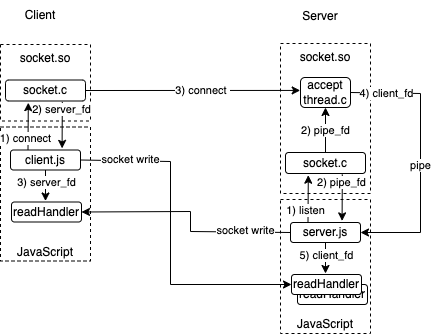
The draw.io diagram architecture.drawio.png in boblund/qjs-socket, before a commit. Source tidied: cells renumbered, new cells last; positions are measured from the earlier drawing's top-left corner, leaving out a move shared by most shapes.
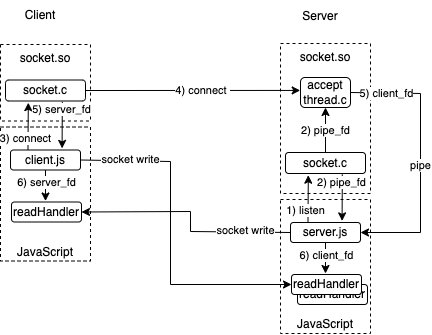
After the change.

What changed in the source:
```diff
@@ -28,7 +28,7 @@
         </Array>
       </mxGeometry>
     </mxCell>
-    <mxCell id="9" value="4) client_fd" style="edgeLabel;html=1;align=center;verticalAlign=middle;" parent="8" vertex="1">
+    <mxCell id="9" value="5) client_fd" style="edgeLabel;html=1;align=center;verticalAlign=middle;" parent="8" vertex="1">
       <mxGeometry x="-0.07" y="-3" relative="1" as="geometry">
         <mxPoint x="-31" y="-55" as="offset" />
       </mxGeometry>
@@ -39,7 +39,7 @@
     <mxCell id="11" style="endArrow=classic;startArrow=none;html=1;rounded=0;exitX=1;exitY=0.5;exitDx=0;exitDy=0;entryX=-0.006;entryY=0.431;entryDx=0;entryDy=0;startFill=0;entryPerimeter=0;" parent="1" edge="1" source="24" target="5">
       <mxGeometry relative="1" as="geometry" />
     </mxCell>
-    <mxCell id="12" value="3) connect&amp;nbsp;" style="edgeLabel;html=1;align=center;verticalAlign=middle;" parent="11" vertex="1">
+    <mxCell id="12" value="4) connect&amp;nbsp;" style="edgeLabel;html=1;align=center;verticalAlign=middle;" parent="11" vertex="1">
       <mxGeometry x="-0.06" y="1" relative="1" as="geometry">
         <mxPoint x="16" y="1" as="offset" />
       </mxGeometry>
@@ -68,7 +68,7 @@
         <mxPoint x="325" y="274" as="targetPoint" />
       </mxGeometry>
     </mxCell>
-    <mxCell id="19" value="5) client_fd" style="edgeLabel;html=1;align=center;verticalAlign=middle;" parent="18" vertex="1">
+    <mxCell id="19" value="6) client_fd" style="edgeLabel;html=1;align=center;verticalAlign=middle;" parent="18" vertex="1">
       <mxGeometry x="0.32" y="1" relative="1" as="geometry">
         <mxPoint y="-8" as="offset" />
       </mxGeometry>
@@ -94,7 +94,7 @@
     <mxCell id="26" style="endArrow=classic;html=1;rounded=0;exitX=0.25;exitY=0;exitDx=0;exitDy=0;entryX=0.285;entryY=1.081;entryDx=0;entryDy=0;entryPerimeter=0;" parent="1" edge="1" source="25" target="24">
       <mxGeometry relative="1" as="geometry" />
     </mxCell>
-    <mxCell id="27" value="1) connect" style="edgeLabel;html=1;align=center;verticalAlign=middle;" parent="26" vertex="1">
+    <mxCell id="27" value="3) connect" style="edgeLabel;html=1;align=center;verticalAlign=middle;" parent="26" vertex="1">
       <mxGeometry x="0.14" y="-1" relative="1" as="geometry">
         <mxPoint x="-4" y="15" as="offset" />
       </mxGeometry>
@@ -102,7 +102,7 @@
     <mxCell id="28" style="endArrow=classic;html=1;rounded=0;exitX=0.71;exitY=1.039;exitDx=0;exitDy=0;entryX=0.737;entryY=-0.081;entryDx=0;entryDy=0;exitPerimeter=0;entryPerimeter=0;" parent="1" edge="1" source="24" target="25">
       <mxGeometry relative="1" as="geometry" />
     </mxCell>
-    <mxCell id="29" value="2) server_fd" style="edgeLabel;html=1;align=center;verticalAlign=middle;" parent="28" vertex="1">
+    <mxCell id="29" value="5) server_fd" style="edgeLabel;html=1;align=center;verticalAlign=middle;" parent="28" vertex="1">
       <mxGeometry x="0.32" y="1" relative="1" as="geometry">
         <mxPoint x="-2" y="-23" as="offset" />
       </mxGeometry>
@@ -112,7 +112,7 @@
         <mxPoint x="45" y="201.5" as="targetPoint" />
       </mxGeometry>
     </mxCell>
-    <mxCell id="31" value="3) server_fd" style="edgeLabel;html=1;align=center;verticalAlign=middle;" parent="30" vertex="1">
+    <mxCell id="31" value="6) server_fd" style="edgeLabel;html=1;align=center;verticalAlign=middle;" parent="30" vertex="1">
       <mxGeometry x="0.32" y="1" relative="1" as="geometry">
         <mxPoint y="-8" as="offset" />
       </mxGeometry>
```
